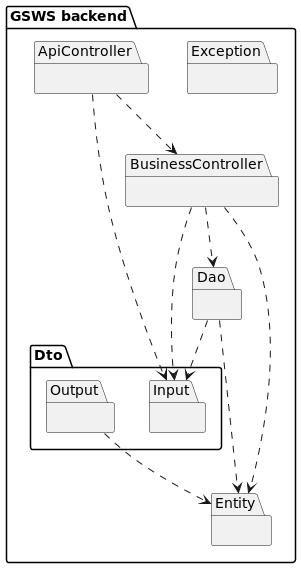
Above: docs/images/architecture.png in Kenny-Tinoco/GalyStudioWebSystem.Back (PlantUML), before the change.
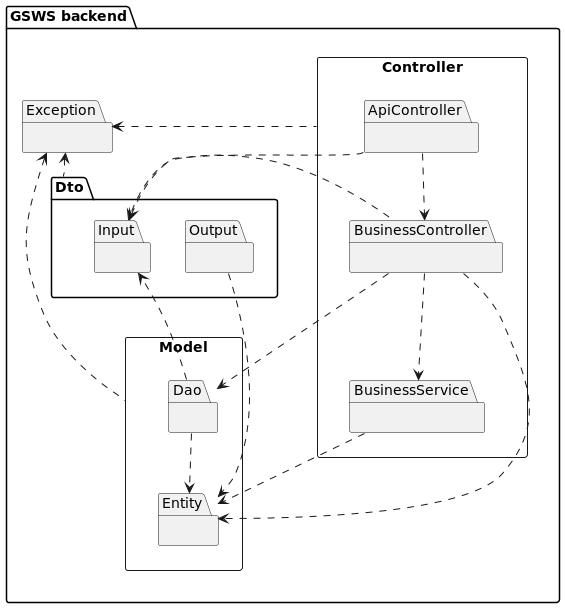
The same file after the commit.

Change to the diagram source:
```diff
@@ -2,45 +2,62 @@
 
 package "GSWS backend"
 {
-    package "Exception"
-    {
-    }
-
-    package "ApiController"
-    {
-    }
-
-    package "BusinessController"
-    {
-    }
-
-    package "Dao"
-    {
-    }
-
-    package "Entity"
-    {
-    }
-
-    package "Dto"
-    {
-        package "Input"
-        {
-        }
-
-        package "Output"
-        {
-        }
-    }
 
     "ApiController" ..> "BusinessController"
-    "BusinessController" ..> "Input"
+    "BusinessController" .left.> "Input"
     "BusinessController" ..> "Entity"
+    "BusinessController" ..> "BusinessService"
+    "BusinessService" ..> "Entity"
     "Dao" ..> "Entity"
     "ApiController" ..> "Input"
     "BusinessController" ..> "Dao"
     "Dao" ..> "Input"
     "Output" ..> "Entity"
+
+    Controller .left.> Exception
+    Dto .left.> Exception
+    Model .left.> Exception
+
+    package Exception
+    {
+    }
+
+    package Controller <<Rectangle>>
+    {
+        package ApiController
+        {
+        }
+
+        package BusinessController
+        {
+        }
+
+        package BusinessService
+        {
+        }
+    }
+
+    package Model <<Rectangle>>
+    {
+        package Dao
+        {
+        }
+
+        package Entity
+        {
+        }
+    }
+
+    package Dto
+    {
+        package Input
+        {
+        }
+
+        package Output
+        {
+        }
+    }
 }
 
 @enduml
```
